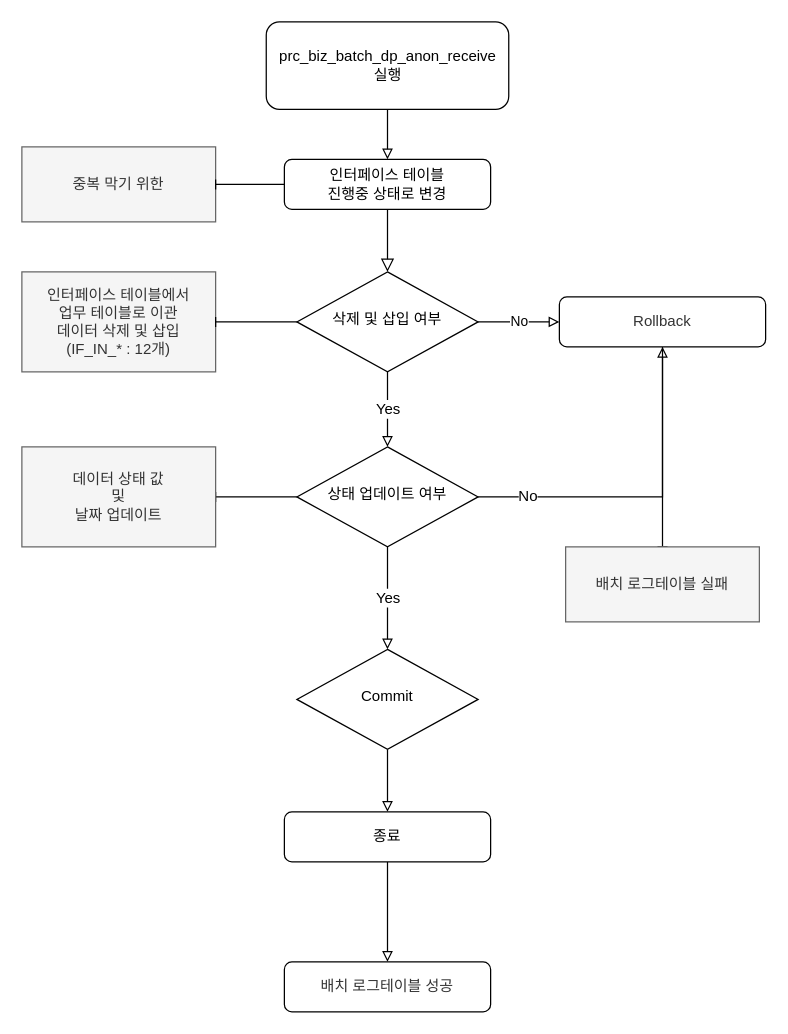
Above: page "POST" (2 of 3) of 제목 없는 다이어그램.drawio in discphy/discphy.github.io (draw.io), before the change. Source tidied: cells renumbered, new cells numbered last; positions are measured from the earlier drawing's top-left corner, leaving out a move shared by most shapes. Both pictures are drawn from the tidied source at 125%, with x=0, y=0 at pixel (21, 21).
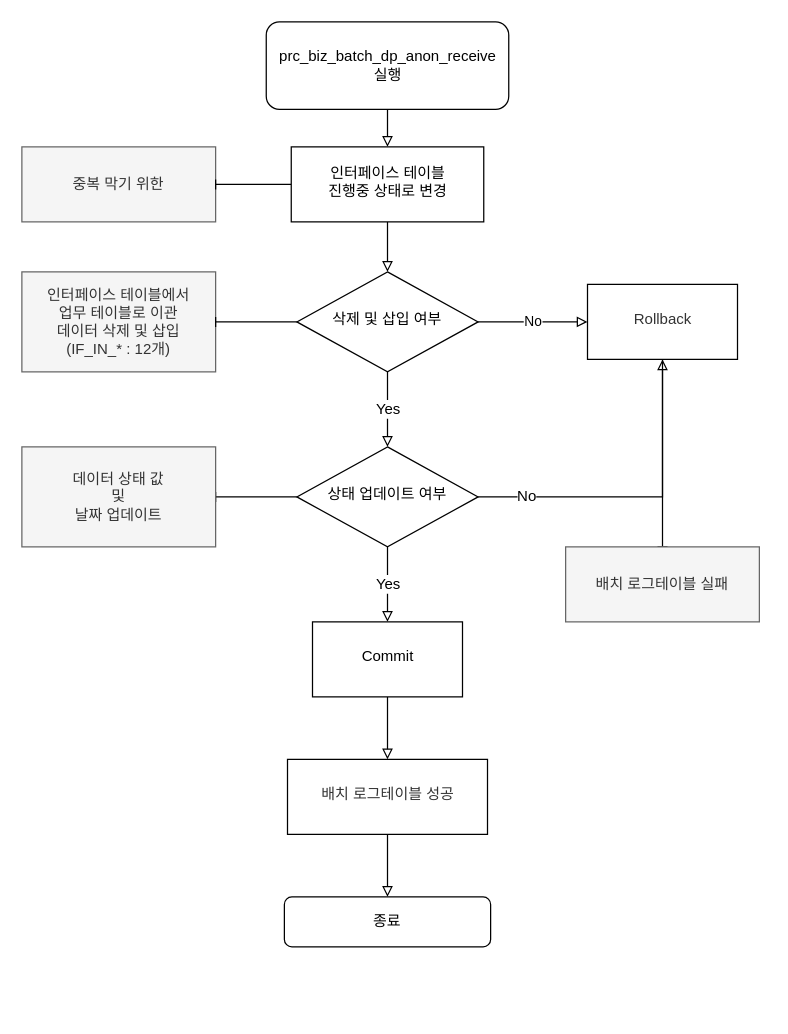
Above is the later version.

Unchanged cells that the change refers to:
```xml
<mxCell id="4" value="삭제 및 삽입 여부" style="rhombus;whiteSpace=wrap;html=1;shadow=0;fontFamily=Helvetica;fontSize=12;align=center;strokeWidth=1;spacing=6;spacingTop=-4;" parent="1" vertex="1">
  <mxGeometry x="220" y="200" width="145" height="80" as="geometry" />
</mxCell>
<mxCell id="18" value="&lt;span style=&quot;text-align: left;&quot;&gt;prc_biz_batch_dp_anon_receive&lt;br&gt;실행&lt;br&gt;&lt;/span&gt;" style="rounded=1;whiteSpace=wrap;html=1;fontSize=12;glass=0;strokeWidth=1;shadow=0;" parent="1" vertex="1">
  <mxGeometry x="195.5" width="194" height="70" as="geometry" />
</mxCell>
<mxCell id="19" value="배치 로그테이블 실패" style="rounded=0;whiteSpace=wrap;html=1;fillColor=#f5f5f5;fontColor=#333333;strokeColor=#666666;" parent="1" vertex="1">
  <mxGeometry x="435" y="420" width="155" height="60" as="geometry" />
</mxCell>
<mxCell id="24" value="상태 업데이트 여부" style="rhombus;whiteSpace=wrap;html=1;shadow=0;fontFamily=Helvetica;fontSize=12;align=center;strokeWidth=1;spacing=6;spacingTop=-4;" parent="1" vertex="1">
  <mxGeometry x="220" y="340" width="145" height="80" as="geometry" />
</mxCell>
```

The edit, as a diff of the source:
```diff
@@
-    <mxCell id="2" value="인터페이스 테이블&lt;br&gt;진행중 상태로 변경" style="rounded=1;whiteSpace=wrap;html=1;fontSize=12;glass=0;strokeWidth=1;shadow=0;" parent="1" vertex="1">
-      <mxGeometry x="210" y="110" width="165" height="40" as="geometry" />
-    </mxCell>
@@
+    <mxCell id="8" value="No" style="edgeStyle=orthogonalEdgeStyle;rounded=0;jettySize=auto;html=1;fontColor=default;endArrow=block;endFill=0;" parent="1" edge="1" source="4" target="7">
+      <mxGeometry relative="1" as="geometry" />
+    </mxCell>
@@
-    <mxCell id="5" style="rounded=0;html=1;jettySize=auto;fontSize=11;endArrow=block;endFill=0;endSize=8;strokeWidth=1;shadow=0;labelBackgroundColor=none;edgeStyle=orthogonalEdgeStyle;" parent="1" edge="1" source="2" target="4">
-      <mxGeometry relative="1" as="geometry" />
-    </mxCell>
-    <mxCell id="6" style="edgeStyle=orthogonalEdgeStyle;rounded=0;jettySize=auto;html=1;entryX=0.5;entryY=0;entryDx=0;entryDy=0;strokeColor=default;fontFamily=Helvetica;fontSize=12;fontColor=default;endArrow=baseDash;endFill=0;" parent="1" edge="1" source="7" target="19">
+    <mxCell id="6" style="edgeStyle=orthogonalEdgeStyle;rounded=0;jettySize=auto;html=1;entryX=0.5;entryY=0;entryDx=0;entryDy=0;strokeColor=default;fontFamily=Helvetica;fontSize=12;fontColor=default;endArrow=baseDash;endFill=0;exitX=0.5;exitY=1;exitDx=0;exitDy=0;" parent="1" edge="1" source="7" target="19">
       <mxGeometry relative="1" as="geometry" />
     </mxCell>
-    <mxCell id="7" value="&lt;font color=&quot;#333333&quot;&gt;Rollback&lt;/font&gt;" style="rounded=1;whiteSpace=wrap;html=1;fontSize=12;glass=0;strokeWidth=1;shadow=0;" parent="1" vertex="1">
-      <mxGeometry x="430" y="220" width="165" height="40" as="geometry" />
-    </mxCell>
-    <mxCell id="8" value="No" style="edgeStyle=orthogonalEdgeStyle;rounded=0;jettySize=auto;html=1;entryX=0;entryY=0.5;entryDx=0;entryDy=0;endArrow=block;endFill=0;" parent="1" edge="1" source="4" target="7">
-      <mxGeometry relative="1" as="geometry" />
-    </mxCell>
-    <mxCell id="9" style="edgeStyle=orthogonalEdgeStyle;rounded=0;jettySize=auto;html=1;entryX=0.5;entryY=0;entryDx=0;entryDy=0;strokeColor=default;fontFamily=Helvetica;fontSize=12;fontColor=default;endArrow=block;endFill=0;" parent="1" edge="1" source="10" target="12">
-      <mxGeometry relative="1" as="geometry" />
-    </mxCell>
-    <mxCell id="10" value="Commit" style="rhombus;whiteSpace=wrap;html=1;shadow=0;fontFamily=Helvetica;fontSize=12;align=center;strokeWidth=1;spacing=6;spacingTop=-4;" parent="1" vertex="1">
-      <mxGeometry x="220" y="502" width="145" height="80" as="geometry" />
-    </mxCell>
-    <mxCell id="11" style="edgeStyle=orthogonalEdgeStyle;rounded=0;jettySize=auto;html=1;strokeColor=default;fontFamily=Helvetica;fontSize=12;fontColor=default;endArrow=block;endFill=0;" parent="1" edge="1" source="12" target="20">
-      <mxGeometry relative="1" as="geometry" />
-    </mxCell>
     <mxCell id="12" value="종료" style="rounded=1;whiteSpace=wrap;html=1;fontSize=12;glass=0;strokeWidth=1;shadow=0;" parent="1" vertex="1">
-      <mxGeometry x="210" y="632" width="165" height="40" as="geometry" />
+      <mxGeometry x="210" y="700" width="165" height="40" as="geometry" />
     </mxCell>
@@
-    <mxCell id="17" style="edgeStyle=orthogonalEdgeStyle;rounded=0;jettySize=auto;html=1;endArrow=block;endFill=0;" parent="1" edge="1" source="18" target="2">
+    <mxCell id="17" style="edgeStyle=orthogonalEdgeStyle;rounded=0;jettySize=auto;html=1;entryX=0.5;entryY=0;entryDx=0;entryDy=0;fontColor=default;endArrow=block;endFill=0;" parent="1" edge="1" source="18" target="2">
       <mxGeometry relative="1" as="geometry" />
     </mxCell>
@@
-    <mxCell id="20" value="&lt;span style=&quot;color: rgb(51, 51, 51);&quot;&gt;배치 로그테이블 성공&lt;/span&gt;" style="rounded=1;whiteSpace=wrap;html=1;fontSize=12;glass=0;strokeWidth=1;shadow=0;" parent="1" vertex="1">
-      <mxGeometry x="210" y="752" width="165" height="40" as="geometry" />
-    </mxCell>
@@
-    <mxCell id="23" value="No" style="edgeStyle=orthogonalEdgeStyle;rounded=0;jettySize=auto;html=1;strokeColor=default;fontFamily=Helvetica;fontSize=12;fontColor=default;endArrow=block;endFill=0;align=right;labelPosition=left;verticalLabelPosition=middle;verticalAlign=middle;" parent="1" edge="1" source="24" target="7">
+    <mxCell id="23" value="No" style="edgeStyle=orthogonalEdgeStyle;rounded=0;jettySize=auto;html=1;strokeColor=default;fontFamily=Helvetica;fontSize=12;fontColor=default;endArrow=block;endFill=0;align=right;labelPosition=left;verticalLabelPosition=middle;verticalAlign=middle;entryX=0.5;entryY=1;entryDx=0;entryDy=0;" parent="1" edge="1" source="24" target="7">
       <mxGeometry x="-0.63" relative="1" as="geometry" />
     </mxCell>
@@
+    <mxCell id="26" style="edgeStyle=orthogonalEdgeStyle;rounded=0;jettySize=auto;html=1;fontColor=default;endArrow=block;endFill=0;" parent="1" edge="1" source="10" target="20">
+      <mxGeometry relative="1" as="geometry" />
+    </mxCell>
+    <mxCell id="10" value="Commit" style="whiteSpace=wrap;html=1;shadow=0;strokeWidth=1;spacing=6;spacingTop=-4;" parent="1" vertex="1">
+      <mxGeometry x="232.5" y="480" width="120" height="60" as="geometry" />
+    </mxCell>
+    <mxCell id="5" style="edgeStyle=orthogonalEdgeStyle;rounded=0;jettySize=auto;html=1;entryX=0.5;entryY=0;entryDx=0;entryDy=0;fontColor=default;endArrow=block;endFill=0;" parent="1" edge="1" source="2" target="4">
+      <mxGeometry relative="1" as="geometry" />
+    </mxCell>
+    <mxCell id="2" value="인터페이스 테이블&lt;br&gt;진행중 상태로 변경" style="whiteSpace=wrap;html=1;shadow=0;strokeWidth=1;spacing=6;spacingTop=-4;" parent="1" vertex="1">
+      <mxGeometry x="215.5" y="100" width="154" height="60" as="geometry" />
+    </mxCell>
+    <mxCell id="7" value="&lt;span style=&quot;color: rgb(51, 51, 51);&quot;&gt;Rollback&lt;/span&gt;" style="whiteSpace=wrap;html=1;shadow=0;strokeWidth=1;spacing=6;spacingTop=-4;" parent="1" vertex="1">
+      <mxGeometry x="452.5" y="210" width="120" height="60" as="geometry" />
+    </mxCell>
+    <mxCell id="27" style="edgeStyle=orthogonalEdgeStyle;rounded=0;jettySize=auto;html=1;entryX=0.5;entryY=0;entryDx=0;entryDy=0;fontColor=default;endArrow=block;endFill=0;" parent="1" edge="1" source="20" target="12">
+      <mxGeometry relative="1" as="geometry" />
+    </mxCell>
+    <mxCell id="20" value="&lt;span style=&quot;color: rgb(51, 51, 51);&quot;&gt;배치 로그테이블 성공&lt;/span&gt;" style="whiteSpace=wrap;html=1;shadow=0;strokeWidth=1;spacing=6;spacingTop=-4;" parent="1" vertex="1">
+      <mxGeometry x="212.5" y="590" width="160" height="60" as="geometry" />
+    </mxCell>
```
